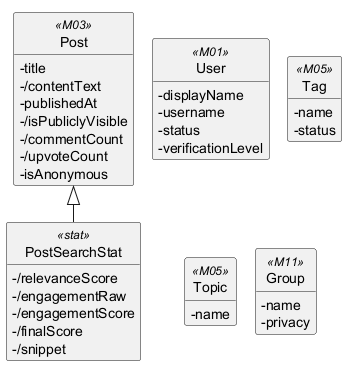
Before: .agents/.claude/system_analysis/output/data-model/ec/diagrams/EC-M06.png, a diagram exported from PlantUML (ducsiukap/iShare). Source of this version:
```plantuml
@startuml
!pragma layout smetana
hide circle
hide methods
skinparam classAttributeIconSize 0

class PostSearchStat <<stat>> {
  -/relevanceScore
  -/engagementRaw
  -/engagementScore
  -/finalScore
  -/snippet
}
class Post <<M03>> {
  -title
  -/contentText
  -publishedAt
  -/isPubliclyVisible
  -/commentCount
  -/upvoteCount
  -isAnonymous
}
class User <<M01>> {
  -displayName
  -username
  -status
  -verificationLevel
}
class Tag <<M05>> {
  -name
  -status
}
class Topic <<M05>> {
  -name
}
class Group <<M11>> {
  -name
  -privacy
}

Post <|-- PostSearchStat

@enduml
```
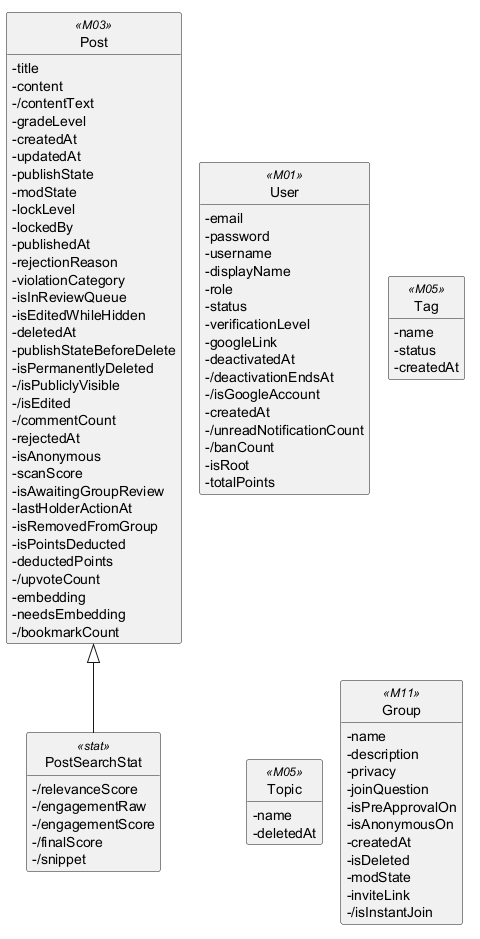
Later version of the same file.

Change to the diagram source:
```diff
@@ -13,29 +13,78 @@
 }
 class Post <<M03>> {
   -title
+  -content
   -/contentText
+  -gradeLevel
+  -createdAt
+  -updatedAt
+  -publishState
+  -modState
+  -lockLevel
+  -lockedBy
   -publishedAt
+  -rejectionReason
+  -violationCategory
+  -isInReviewQueue
+  -isEditedWhileHidden
+  -deletedAt
+  -publishStateBeforeDelete
+  -isPermanentlyDeleted
   -/isPubliclyVisible
+  -/isEdited
   -/commentCount
+  -rejectedAt
+  -isAnonymous
+  -scanScore
+  -isAwaitingGroupReview
+  -lastHolderActionAt
+  -isRemovedFromGroup
+  -isPointsDeducted
+  -deductedPoints
   -/upvoteCount
-  -isAnonymous
+  -embedding
+  -needsEmbedding
+  -/bookmarkCount
 }
 class User <<M01>> {
+  -email
+  -password
+  -username
   -displayName
-  -username
+  -role
   -status
   -verificationLevel
+  -googleLink
+  -deactivatedAt
+  -/deactivationEndsAt
+  -/isGoogleAccount
+  -createdAt
+  -/unreadNotificationCount
+  -/banCount
+  -isRoot
+  -totalPoints
 }
 class Tag <<M05>> {
   -name
   -status
+  -createdAt
 }
 class Topic <<M05>> {
   -name
+  -deletedAt
 }
 class Group <<M11>> {
   -name
+  -description
   -privacy
+  -joinQuestion
+  -isPreApprovalOn
+  -isAnonymousOn
+  -createdAt
+  -isDeleted
+  -modState
+  -inviteLink
+  -/isInstantJoin
 }
 
 Post <|-- PostSearchStat
```
